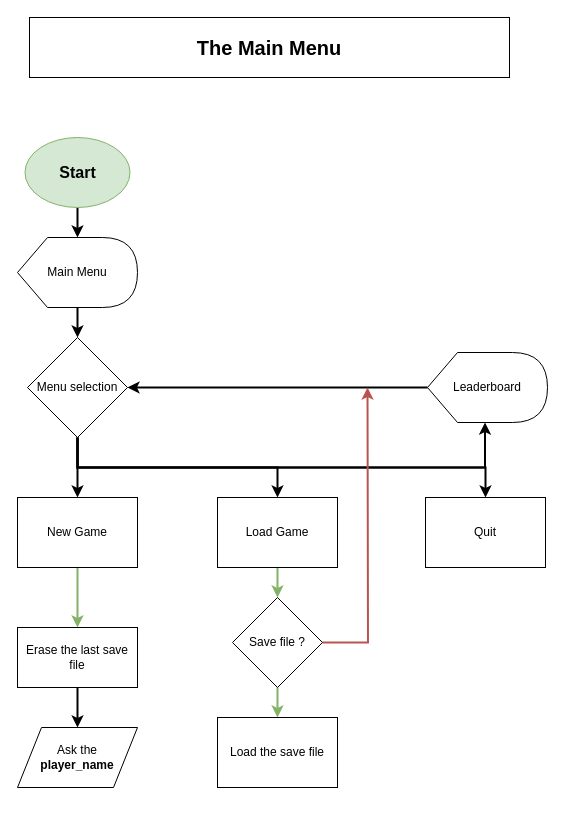
Earlier version of the draw.io diagram page "main_menu" (2 of 6) of flow_charts.drawio (StendWood/the-mysterious-island). Source tidied: cells renumbered, new cells numbered last; positions are measured from the earlier drawing's top-left corner, leaving out a move shared by most shapes. Both pictures are drawn from the tidied source at 100%, with x=0, y=0 at pixel (17, 17).
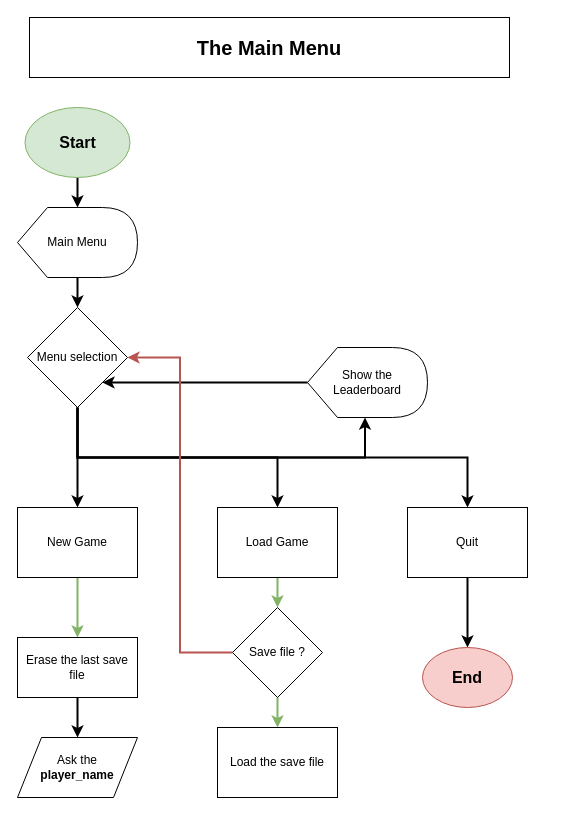
Above is the later version.

The edit, as a diff of the source:
```diff
@@
     <mxCell id="4" value="&lt;b&gt;&lt;font style=&quot;font-size: 16px&quot;&gt;Start&lt;/font&gt;&lt;/b&gt;" style="ellipse;whiteSpace=wrap;html=1;strokeColor=#82b366;fillColor=#d5e8d4;" parent="1" vertex="1">
-      <mxGeometry x="7.5" y="120" width="105" height="70" as="geometry" />
+      <mxGeometry x="7.5" y="90" width="105" height="70" as="geometry" />
     </mxCell>
@@
     <mxCell id="8" style="edgeStyle=orthogonalEdgeStyle;rounded=0;jettySize=auto;html=1;exitX=0.5;exitY=1;exitDx=0;exitDy=0;entryX=0;entryY=0;entryDx=57.5;entryDy=70;entryPerimeter=0;strokeWidth=2;" parent="1" edge="1" source="9" target="18">
       <mxGeometry relative="1" as="geometry">
         <Array as="points">
-          <mxPoint x="60" y="450" />
-          <mxPoint x="467" y="450" />
+          <mxPoint x="60" y="440" />
+          <mxPoint x="348" y="440" />
         </Array>
       </mxGeometry>
     </mxCell>
     <mxCell id="9" value="Menu selection" style="rhombus;whiteSpace=wrap;html=1;" parent="1" vertex="1">
-      <mxGeometry x="10" y="320" width="100" height="100" as="geometry" />
+      <mxGeometry x="10" y="290" width="100" height="100" as="geometry" />
     </mxCell>
@@
     <mxCell id="11" value="New Game" style="rounded=0;whiteSpace=wrap;html=1;strokeColor=#000000;" parent="1" vertex="1">
-      <mxGeometry y="480" width="120" height="70" as="geometry" />
+      <mxGeometry y="490" width="120" height="70" as="geometry" />
     </mxCell>
@@
     <mxCell id="13" value="Load Game" style="rounded=0;whiteSpace=wrap;html=1;strokeColor=#000000;" parent="1" vertex="1">
-      <mxGeometry x="200" y="480" width="120" height="70" as="geometry" />
+      <mxGeometry x="200" y="490" width="120" height="70" as="geometry" />
     </mxCell>
+    <mxCell id="26" style="edgeStyle=orthogonalEdgeStyle;rounded=0;jettySize=auto;html=1;exitX=0.5;exitY=1;exitDx=0;exitDy=0;entryX=0.5;entryY=0;entryDx=0;entryDy=0;strokeWidth=2;" parent="1" edge="1" source="14" target="28">
+      <mxGeometry relative="1" as="geometry" />
+    </mxCell>
     <mxCell id="14" value="Quit" style="rounded=0;whiteSpace=wrap;html=1;strokeColor=#000000;" parent="1" vertex="1">
-      <mxGeometry x="408" y="480" width="120" height="70" as="geometry" />
+      <mxGeometry x="390" y="490" width="120" height="70" as="geometry" />
     </mxCell>
@@
     <mxCell id="16" value="Main Menu" style="shape=display;whiteSpace=wrap;html=1;strokeColor=#000000;" parent="1" vertex="1">
-      <mxGeometry y="220" width="120" height="70" as="geometry" />
+      <mxGeometry y="190" width="120" height="70" as="geometry" />
     </mxCell>
-    <mxCell id="17" style="edgeStyle=orthogonalEdgeStyle;rounded=0;jettySize=auto;html=1;exitX=0;exitY=0.5;exitDx=0;exitDy=0;exitPerimeter=0;entryX=1;entryY=0.5;entryDx=0;entryDy=0;strokeWidth=2;" parent="1" edge="1" source="18" target="9">
-      <mxGeometry relative="1" as="geometry" />
+    <mxCell id="17" style="edgeStyle=orthogonalEdgeStyle;rounded=0;jettySize=auto;html=1;exitX=0;exitY=0.5;exitDx=0;exitDy=0;exitPerimeter=0;entryX=1;entryY=1;entryDx=0;entryDy=0;strokeWidth=2;" parent="1" edge="1" source="18" target="9">
+      <mxGeometry relative="1" as="geometry">
+        <Array as="points">
+          <mxPoint x="240" y="365" />
+          <mxPoint x="240" y="365" />
+        </Array>
+      </mxGeometry>
     </mxCell>
-    <mxCell id="18" value="Leaderboard" style="shape=display;whiteSpace=wrap;html=1;strokeColor=#000000;" parent="1" vertex="1">
-      <mxGeometry x="410" y="335" width="120" height="70" as="geometry" />
+    <mxCell id="18" value="Show the Leaderboard" style="shape=display;whiteSpace=wrap;html=1;strokeColor=#000000;" parent="1" vertex="1">
+      <mxGeometry x="290" y="330" width="120" height="70" as="geometry" />
     </mxCell>
@@
-    <mxCell id="20" style="edgeStyle=orthogonalEdgeStyle;rounded=0;jettySize=auto;html=1;exitX=1;exitY=0.5;exitDx=0;exitDy=0;strokeWidth=2;fillColor=#f8cecc;strokeColor=#b85450;" parent="1" edge="1" source="21">
-      <mxGeometry relative="1" as="geometry">
-        <mxPoint x="350" y="370" as="targetPoint" />
-      </mxGeometry>
-    </mxCell>
+    <mxCell id="27" style="edgeStyle=orthogonalEdgeStyle;rounded=0;jettySize=auto;html=1;exitX=0;exitY=0.5;exitDx=0;exitDy=0;entryX=1;entryY=0.5;entryDx=0;entryDy=0;strokeWidth=2;fillColor=#f8cecc;strokeColor=#b85450;" parent="1" edge="1" source="21" target="9">
+      <mxGeometry relative="1" as="geometry" />
+    </mxCell>
     <mxCell id="21" value="Save file ?" style="rhombus;whiteSpace=wrap;html=1;strokeColor=#000000;" parent="1" vertex="1">
-      <mxGeometry x="215" y="580" width="90" height="90" as="geometry" />
+      <mxGeometry x="215" y="590" width="90" height="90" as="geometry" />
     </mxCell>
     <mxCell id="22" value="Load the save file" style="rounded=0;whiteSpace=wrap;html=1;strokeColor=#000000;" parent="1" vertex="1">
-      <mxGeometry x="200" y="700" width="120" height="70" as="geometry" />
+      <mxGeometry x="200" y="710" width="120" height="70" as="geometry" />
     </mxCell>
@@
     <mxCell id="24" value="Erase the last save file" style="rounded=0;whiteSpace=wrap;html=1;strokeColor=#000000;" parent="1" vertex="1">
-      <mxGeometry y="610" width="120" height="60" as="geometry" />
+      <mxGeometry y="620" width="120" height="60" as="geometry" />
     </mxCell>
     <mxCell id="25" value="Ask the &lt;br&gt;&lt;b&gt;player_name&lt;/b&gt;" style="shape=parallelogram;perimeter=parallelogramPerimeter;whiteSpace=wrap;html=1;strokeColor=#000000;" parent="1" vertex="1">
-      <mxGeometry y="710" width="120" height="60" as="geometry" />
+      <mxGeometry y="720" width="120" height="60" as="geometry" />
     </mxCell>
+    <mxCell id="28" value="&lt;b&gt;&lt;font style=&quot;font-size: 16px&quot;&gt;End&lt;br&gt;&lt;/font&gt;&lt;/b&gt;" style="ellipse;whiteSpace=wrap;html=1;strokeColor=#b85450;fillColor=#f8cecc;" parent="1" vertex="1">
+      <mxGeometry x="405" y="630" width="90" height="60" as="geometry" />
+    </mxCell>
```
